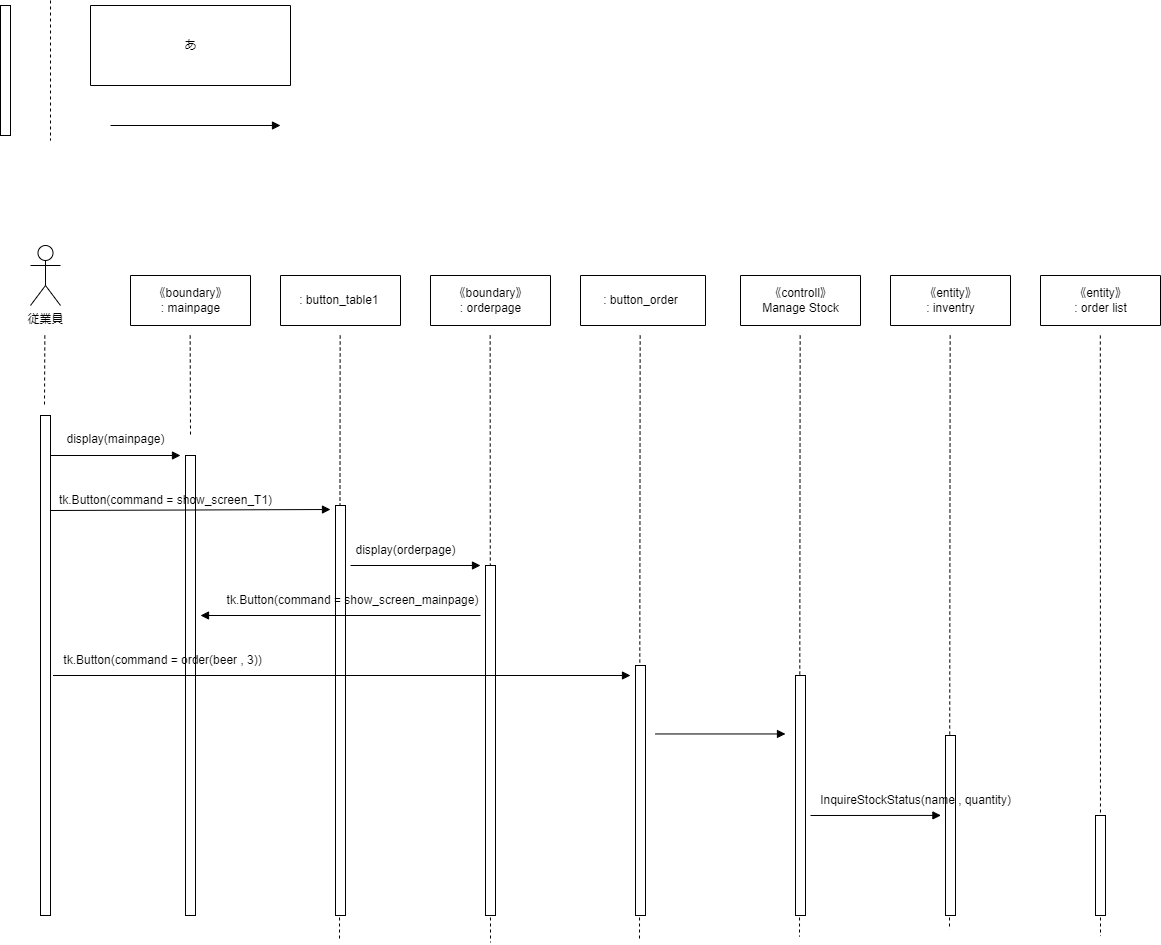
MasakiHiguchi/--- keeps this draw.io diagram as psp4/シーケンス図/シーケンス図_オーダー.drawio.png. Above is the earlier version. Source tidied: cells renumbered, new cells last; positions are measured from the earlier drawing's top-left corner, leaving out a move shared by most shapes.
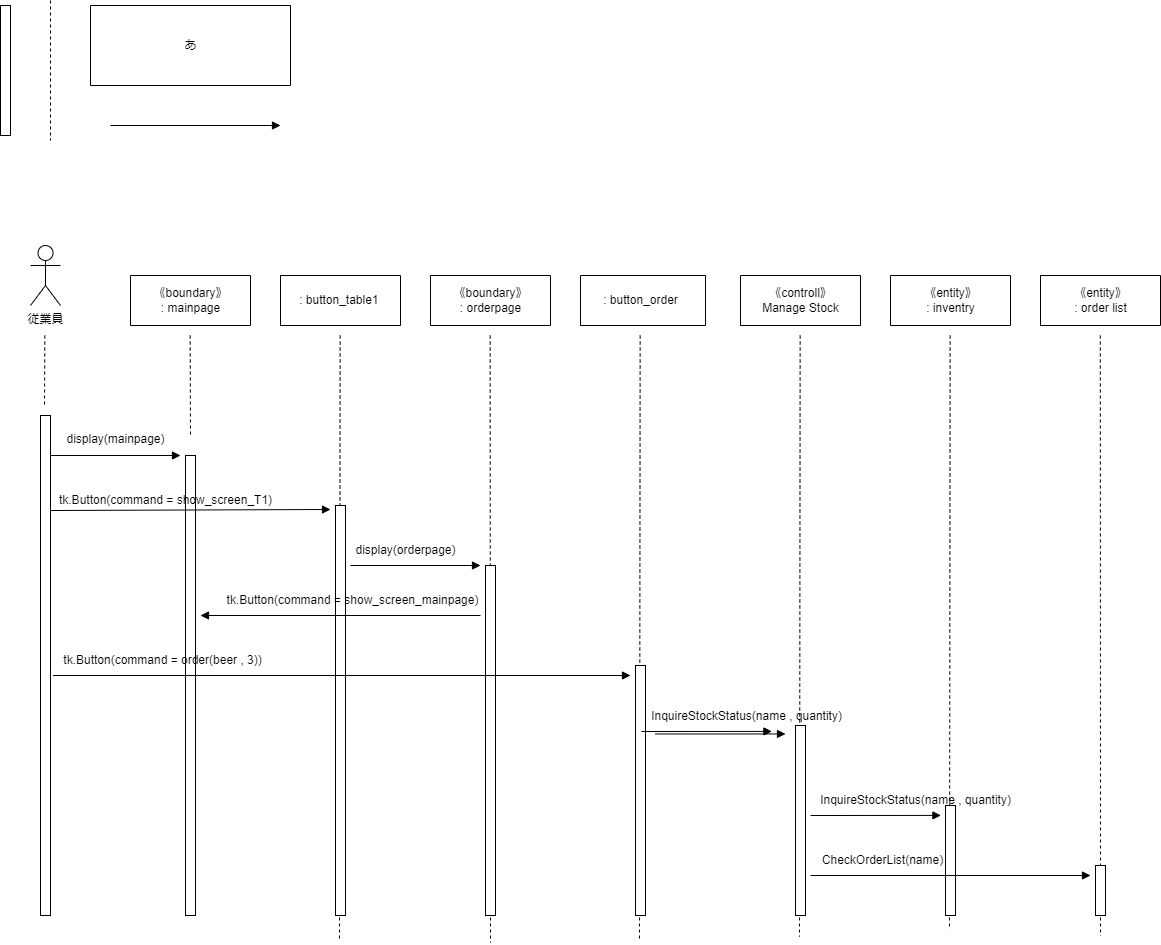
Later version of the same file.

What changed in the source:
```diff
@@ -117,7 +117,7 @@
       </mxGeometry>
     </mxCell>
     <mxCell id="30" style="rounded=0;whiteSpace=wrap;html=1;" parent="1" vertex="1">
-      <mxGeometry x="795" y="675" width="10" height="240" as="geometry" />
+      <mxGeometry x="795" y="725" width="10" height="190" as="geometry" />
     </mxCell>
     <mxCell id="31" style="swimlane;startSize=0;" parent="1" vertex="1">
       <mxGeometry x="1040" y="275" width="120" height="50" as="geometry" />
@@ -132,7 +132,7 @@
       </mxGeometry>
     </mxCell>
     <mxCell id="34" style="rounded=0;whiteSpace=wrap;html=1;" parent="1" vertex="1">
-      <mxGeometry x="945" y="735" width="10" height="180" as="geometry" />
+      <mxGeometry x="945" y="805" width="10" height="110" as="geometry" />
     </mxCell>
     <mxCell id="35" style="edgeStyle=none;html=1;endArrow=none;endFill=0;dashed=1;" parent="1" edge="1">
       <mxGeometry relative="1" as="geometry">
@@ -141,7 +141,7 @@
       </mxGeometry>
     </mxCell>
     <mxCell id="36" style="rounded=0;whiteSpace=wrap;html=1;" parent="1" vertex="1">
-      <mxGeometry x="1095" y="815" width="10" height="100" as="geometry" />
+      <mxGeometry x="1095" y="865" width="10" height="50" as="geometry" />
     </mxCell>
     <mxCell id="37" style="swimlane;startSize=0;" parent="1" vertex="1">
       <mxGeometry x="890" y="275" width="120" height="50" as="geometry" />
@@ -199,5 +199,22 @@
         <mxPoint x="785" y="733.5" as="targetPoint" />
       </mxGeometry>
     </mxCell>
+    <mxCell id="51" style="edgeStyle=none;html=1;endArrow=block;endFill=1;" parent="1" edge="1">
+      <mxGeometry relative="1" as="geometry">
+        <mxPoint x="810" y="875" as="sourcePoint" />
+        <mxPoint x="1090" y="875" as="targetPoint" />
+      </mxGeometry>
+    </mxCell>
+    <mxCell id="52" value="CheckOrderList(name)" style="text;html=1;align=center;verticalAlign=middle;strokeColor=none;fillColor=none;" parent="1" vertex="1">
+      <mxGeometry x="812" y="845" width="140" height="30" as="geometry" />
+    </mxCell>
+    <mxCell id="53" style="edgeStyle=none;html=1;endArrow=block;endFill=1;entryX=0.621;entryY=0.997;entryDx=0;entryDy=0;entryPerimeter=0;" parent="1" edge="1" target="54">
+      <mxGeometry relative="1" as="geometry">
+        <mxPoint x="641" y="731" as="sourcePoint" />
+      </mxGeometry>
+    </mxCell>
+    <mxCell id="54" value="InquireStockStatus(name , quantity)" style="text;html=1;align=center;verticalAlign=middle;points=[];strokeColor=none;fillColor=none;" parent="1" vertex="1">
+      <mxGeometry x="641" y="701" width="210" height="30" as="geometry" />
+    </mxCell>
   </root>
 </mxGraphModel>
```
